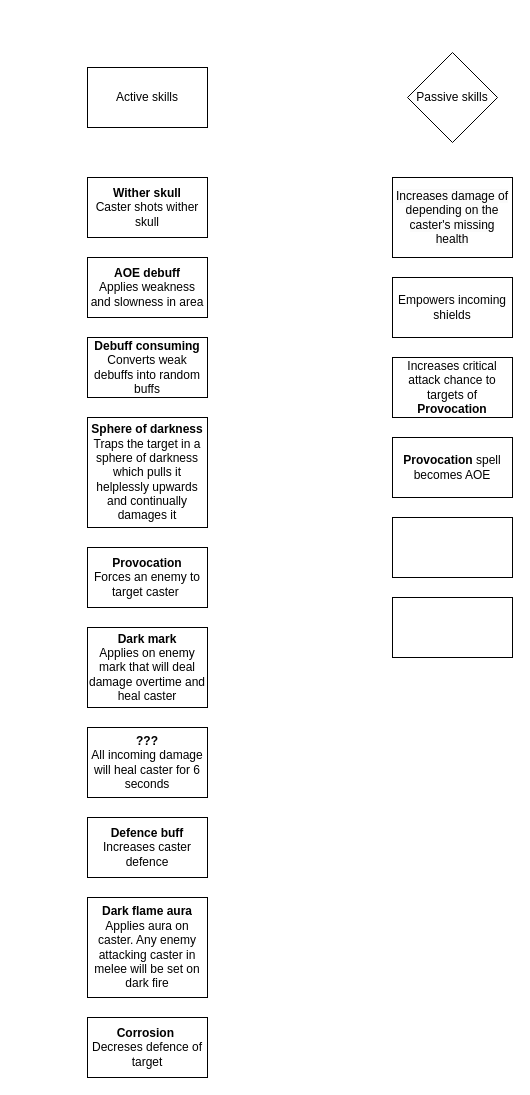
Earlier version of the draw.io diagram page "Dark knight skills" (3 of 11) of Solaris.drawio (x3rdev/solaris). Source tidied: cells renumbered, new cells numbered last; positions are measured from the earlier drawing's top-left corner, leaving out a move shared by most shapes. Both pictures are drawn from the tidied source at 100%, with x=0, y=0 at pixel (87, 52).
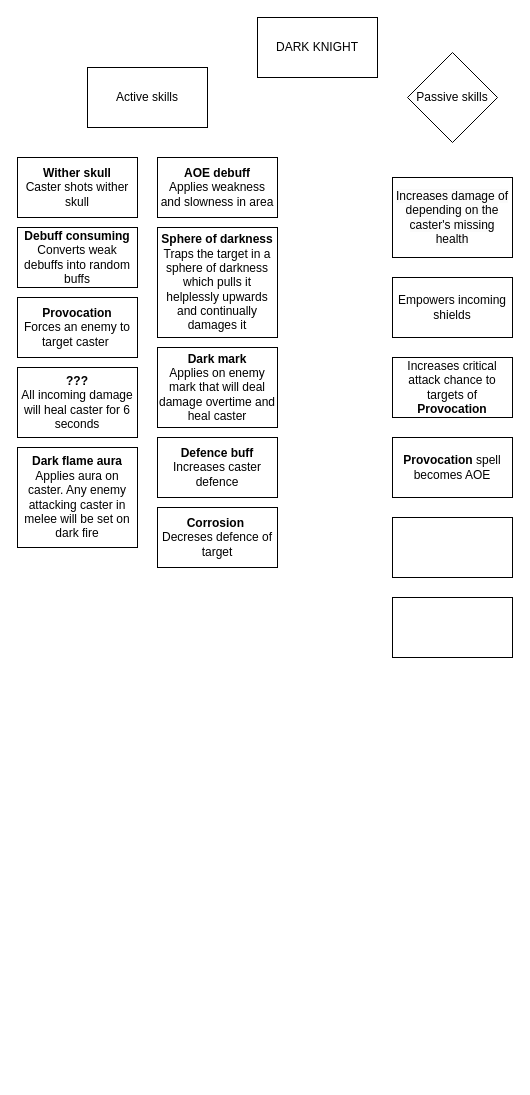
The same diagram, later.

What changed in the source:
```diff
@@
     <mxCell id="4" value="&lt;b&gt;Wither skull&lt;/b&gt;&lt;br&gt;Caster shots wither skull" style="rounded=0;whiteSpace=wrap;html=1;" parent="1" vertex="1">
-      <mxGeometry y="125" width="120" height="60" as="geometry" />
+      <mxGeometry x="-70" y="105" width="120" height="60" as="geometry" />
     </mxCell>
     <mxCell id="5" value="&lt;b&gt;AOE debuff&lt;/b&gt;&lt;br&gt;Applies weakness and slowness in area" style="rounded=0;whiteSpace=wrap;html=1;" parent="1" vertex="1">
-      <mxGeometry y="205" width="120" height="60" as="geometry" />
+      <mxGeometry x="70" y="105" width="120" height="60" as="geometry" />
     </mxCell>
     <mxCell id="6" value="&lt;b&gt;Debuff consuming&lt;/b&gt;&lt;br&gt;Converts weak debuffs into random buffs" style="rounded=0;whiteSpace=wrap;html=1;" parent="1" vertex="1">
-      <mxGeometry y="285" width="120" height="60" as="geometry" />
+      <mxGeometry x="-70" y="175" width="120" height="60" as="geometry" />
     </mxCell>
     <mxCell id="7" value="&lt;b&gt;Sphere of darkness&lt;br&gt;&lt;/b&gt;Traps the target in a sphere of darkness which pulls it helplessly upwards and continually damages it&lt;b&gt;&lt;br&gt;&lt;/b&gt;" style="rounded=0;whiteSpace=wrap;html=1;" parent="1" vertex="1">
-      <mxGeometry y="365" width="120" height="110" as="geometry" />
+      <mxGeometry x="70" y="175" width="120" height="110" as="geometry" />
     </mxCell>
     <mxCell id="8" value="&lt;b&gt;Provocation&lt;/b&gt;&lt;br&gt;Forces an enemy to target caster&amp;nbsp;" style="rounded=0;whiteSpace=wrap;html=1;" parent="1" vertex="1">
-      <mxGeometry y="495" width="120" height="60" as="geometry" />
+      <mxGeometry x="-70" y="245" width="120" height="60" as="geometry" />
     </mxCell>
     <mxCell id="9" value="&lt;b&gt;Dark mark&lt;/b&gt;&lt;br&gt;Applies on enemy mark that will deal damage overtime and heal caster" style="rounded=0;whiteSpace=wrap;html=1;" parent="1" vertex="1">
-      <mxGeometry y="575" width="120" height="80" as="geometry" />
+      <mxGeometry x="70" y="295" width="120" height="80" as="geometry" />
     </mxCell>
     <mxCell id="10" value="&lt;b&gt;???&lt;/b&gt;&lt;br&gt;All incoming damage will heal caster for 6 seconds" style="rounded=0;whiteSpace=wrap;html=1;" parent="1" vertex="1">
-      <mxGeometry y="675" width="120" height="70" as="geometry" />
+      <mxGeometry x="-70" y="315" width="120" height="70" as="geometry" />
     </mxCell>
     <mxCell id="11" value="&lt;b&gt;Defence buff&lt;/b&gt;&lt;br&gt;Increases caster defence" style="rounded=0;whiteSpace=wrap;html=1;" parent="1" vertex="1">
-      <mxGeometry y="765" width="120" height="60" as="geometry" />
+      <mxGeometry x="70" y="385" width="120" height="60" as="geometry" />
     </mxCell>
     <mxCell id="12" value="&lt;b&gt;Dark flame aura&lt;/b&gt;&lt;br&gt;Applies aura on caster. Any enemy attacking caster in melee will be set on dark fire" style="rounded=0;whiteSpace=wrap;html=1;" parent="1" vertex="1">
-      <mxGeometry y="845" width="120" height="100" as="geometry" />
+      <mxGeometry x="-70" y="395" width="120" height="100" as="geometry" />
     </mxCell>
     <mxCell id="13" value="&lt;b&gt;Corrosion&amp;nbsp;&lt;/b&gt;&lt;br&gt;Decreses defence of target" style="rounded=0;whiteSpace=wrap;html=1;" parent="1" vertex="1">
-      <mxGeometry y="965" width="120" height="60" as="geometry" />
+      <mxGeometry x="70" y="455" width="120" height="60" as="geometry" />
     </mxCell>
@@
+    <mxCell id="20" value="DARK KNIGHT" style="rounded=0;whiteSpace=wrap;html=1;" parent="1" vertex="1">
+      <mxGeometry x="170" y="-35" width="120" height="60" as="geometry" />
+    </mxCell>
```
